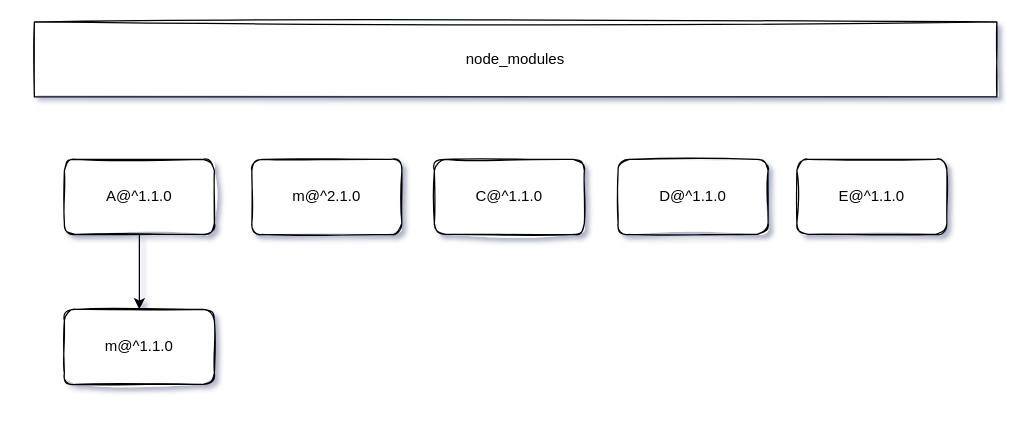
Above: page "node-modules" (4 of 4) of node/node基础/node基础.drawio in JN321/Learn (draw.io), before the change. Source tidied: cells renumbered, new cells numbered last; positions are measured from the earlier drawing's top-left corner, leaving out a move shared by most shapes. Both pictures are drawn from the tidied source at 125%, with x=0, y=0 at pixel (34, 21).
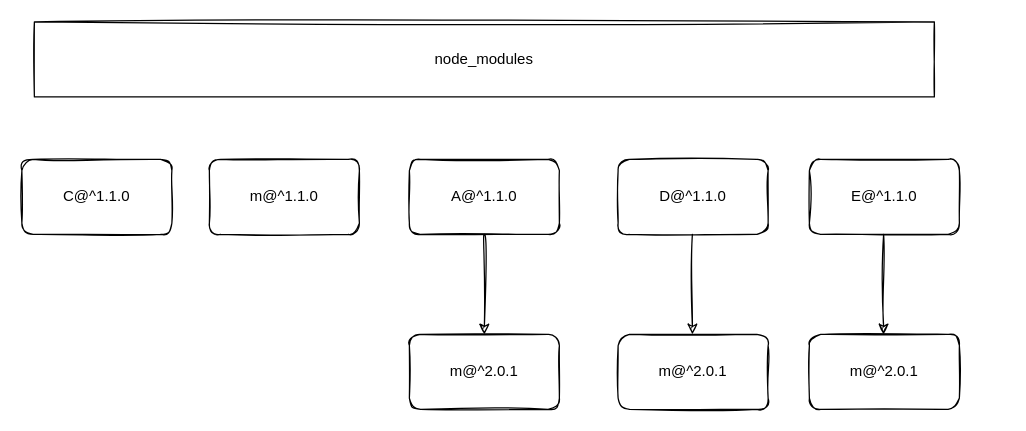
The same diagram, later.

The edit, as a diff of the source:
```diff
@@
-<mxGraphModel background="#ffffff" shadow="1">
+<mxGraphModel>
   <root>
     <mxCell id="0" />
     <mxCell id="1" parent="0" />
-    <mxCell id="2" style="edgeStyle=orthogonalEdgeStyle;rounded=0;jettySize=auto;html=1;" parent="1" edge="1" source="3" target="9">
-      <mxGeometry relative="1" as="geometry" />
-    </mxCell>
     <mxCell id="3" value="A@^1.1.0" style="rounded=1;whiteSpace=wrap;html=1;sketch=1;" parent="1" vertex="1">
-      <mxGeometry x="24" y="110" width="120" height="60" as="geometry" />
+      <mxGeometry x="300" y="110" width="120" height="60" as="geometry" />
     </mxCell>
     <mxCell id="4" value="node_modules" style="rounded=0;whiteSpace=wrap;html=1;sketch=1;" parent="1" vertex="1">
-      <mxGeometry width="770" height="60" as="geometry" />
+      <mxGeometry width="720" height="60" as="geometry" />
     </mxCell>
-    <mxCell id="5" value="m@^2.1.0" style="rounded=1;whiteSpace=wrap;html=1;sketch=1;" parent="1" vertex="1">
-      <mxGeometry x="174" y="110" width="120" height="60" as="geometry" />
+    <mxCell id="5" value="m@^1.1.0" style="rounded=1;whiteSpace=wrap;html=1;sketch=1;" parent="1" vertex="1">
+      <mxGeometry x="140" y="110" width="120" height="60" as="geometry" />
     </mxCell>
     <mxCell id="6" value="C@^1.1.0" style="rounded=1;whiteSpace=wrap;html=1;sketch=1;" parent="1" vertex="1">
-      <mxGeometry x="320" y="110" width="120" height="60" as="geometry" />
+      <mxGeometry x="-10" y="110" width="120" height="60" as="geometry" />
     </mxCell>
     <mxCell id="7" value="D@^1.1.0" style="rounded=1;whiteSpace=wrap;html=1;sketch=1;" parent="1" vertex="1">
       <mxGeometry x="467" y="110" width="120" height="60" as="geometry" />
     </mxCell>
     <mxCell id="8" value="E@^1.1.0" style="rounded=1;whiteSpace=wrap;html=1;sketch=1;" parent="1" vertex="1">
-      <mxGeometry x="610" y="110" width="120" height="60" as="geometry" />
+      <mxGeometry x="620" y="110" width="120" height="60" as="geometry" />
     </mxCell>
-    <mxCell id="9" value="m@^1.1.0" style="rounded=1;whiteSpace=wrap;html=1;sketch=1;" parent="1" vertex="1">
-      <mxGeometry x="24" y="230" width="120" height="60" as="geometry" />
-    </mxCell>
+    <mxCell id="10" value="m@^2.0.1" style="rounded=1;whiteSpace=wrap;html=1;sketch=1;" parent="1" vertex="1">
+      <mxGeometry x="300" y="250" width="120" height="60" as="geometry" />
+    </mxCell>
+    <mxCell id="11" style="endArrow=classic;html=1;rounded=1;sketch=1;curved=1;exitX=0.5;exitY=1;exitDx=0;exitDy=0;entryX=0.5;entryY=0;entryDx=0;entryDy=0;" parent="1" edge="1" source="3" target="10">
+      <mxGeometry relative="1" as="geometry" />
+    </mxCell>
+    <mxCell id="12" value="m@^2.0.1" style="rounded=1;whiteSpace=wrap;html=1;sketch=1;" parent="1" vertex="1">
+      <mxGeometry x="467" y="250" width="120" height="60" as="geometry" />
+    </mxCell>
+    <mxCell id="13" value="m@^2.0.1" style="rounded=1;whiteSpace=wrap;html=1;sketch=1;" parent="1" vertex="1">
+      <mxGeometry x="620" y="250" width="120" height="60" as="geometry" />
+    </mxCell>
+    <mxCell id="14" style="endArrow=classic;html=1;rounded=1;sketch=1;curved=1;exitX=0.5;exitY=1;exitDx=0;exitDy=0;entryX=0.5;entryY=0;entryDx=0;entryDy=0;" parent="1" edge="1">
+      <mxGeometry relative="1" as="geometry">
+        <mxPoint x="526.4" y="170" as="sourcePoint" />
+        <mxPoint x="526.4" y="250" as="targetPoint" />
+        <Array as="points">
+          <mxPoint x="526.4" y="210" />
+        </Array>
+      </mxGeometry>
+    </mxCell>
+    <mxCell id="15" style="endArrow=classic;html=1;rounded=1;sketch=1;curved=1;exitX=0.5;exitY=1;exitDx=0;exitDy=0;entryX=0.5;entryY=0;entryDx=0;entryDy=0;" parent="1" edge="1">
+      <mxGeometry relative="1" as="geometry">
+        <mxPoint x="679.4" y="170" as="sourcePoint" />
+        <mxPoint x="679.4" y="250" as="targetPoint" />
+        <Array as="points">
+          <mxPoint x="679.4" y="210" />
+        </Array>
+      </mxGeometry>
+    </mxCell>
   </root>
 </mxGraphModel>
```
